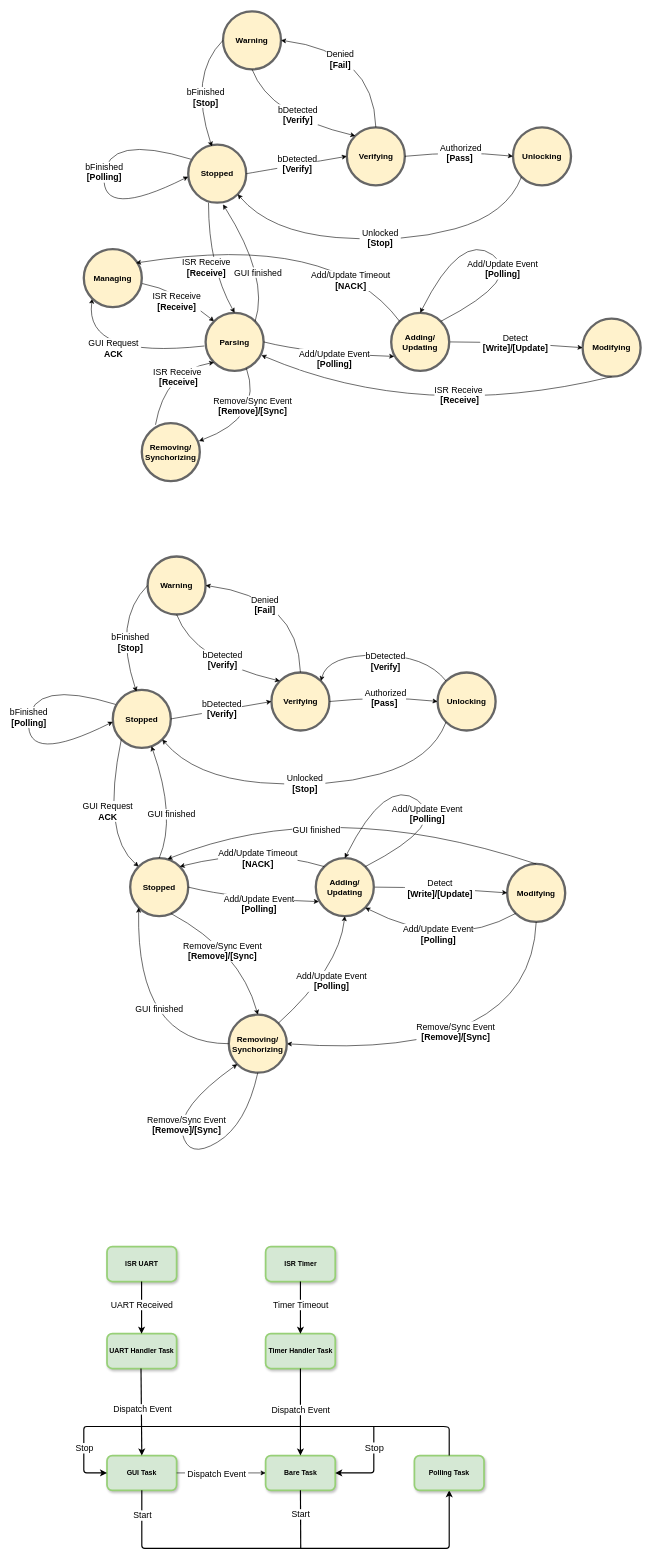
Above: Docs/entire FSM.drawio in trieu1162000/AESD (draw.io), before the change. Source tidied: cells renumbered, new cells numbered last; positions are measured from the earlier drawing's top-left corner, leaving out a move shared by most shapes. Both pictures are drawn from the tidied source at 58%, with x=0, y=0 at pixel (26, 11).
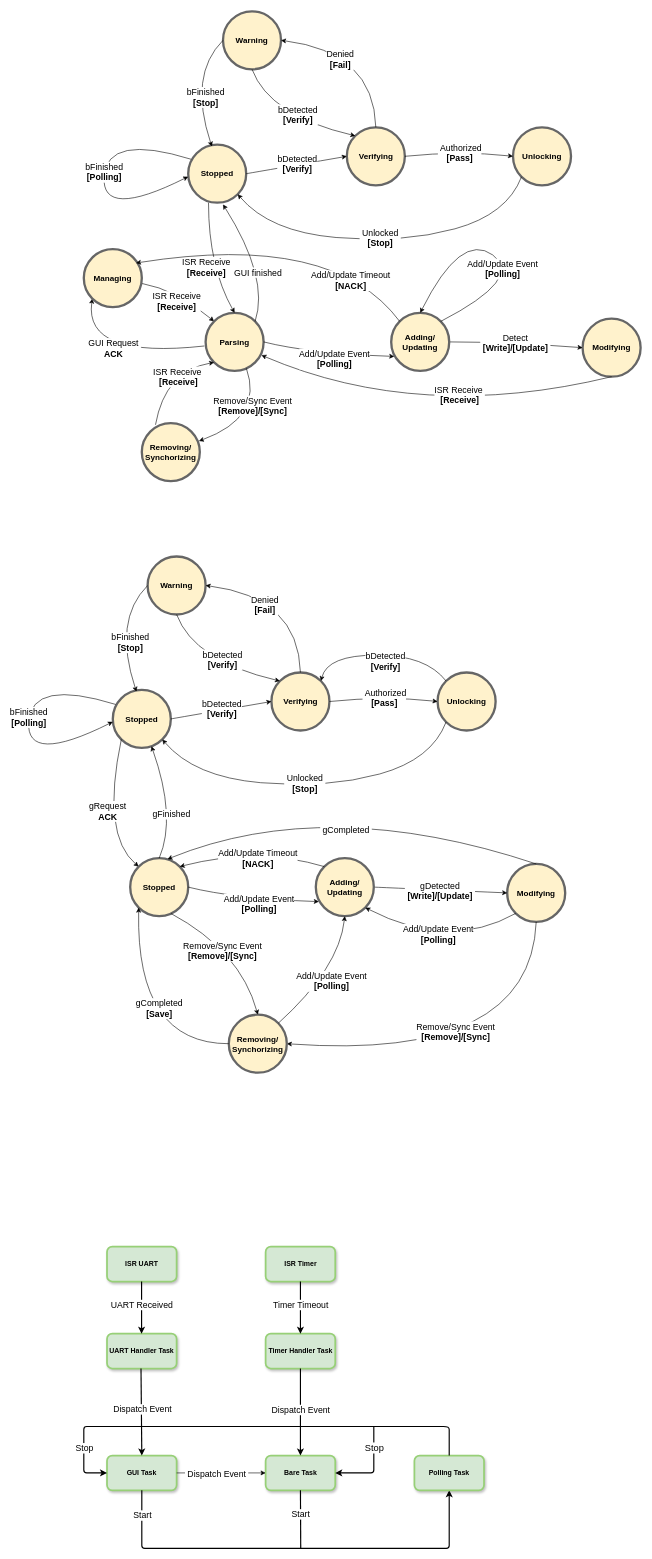
Above is the later version.

Unchanged cells that the change refers to:
```xml
<mxCell id="63" value="&lt;span style=&quot;font-size: 14px;&quot;&gt;&lt;b&gt;Modifying&lt;/b&gt;&lt;/span&gt;" style="ellipse;whiteSpace=wrap;html=1;strokeWidth=4;fillColor=#fff2cc;strokeColor=#666666;" parent="1" vertex="1">
  <mxGeometry x="830" y="1470" width="100" height="100" as="geometry" />
</mxCell>
<mxCell id="68" style="curved=1;endArrow=classic;html=1;rounded=0;entryX=0;entryY=0;entryDx=0;entryDy=0;exitX=0;exitY=1;exitDx=0;exitDy=0;" parent="1" edge="1" source="50" target="72">
  <mxGeometry relative="1" as="geometry">
    <Array as="points">
      <mxPoint x="130" y="1420" />
    </Array>
  </mxGeometry>
</mxCell>
<mxCell id="73" value="&lt;span style=&quot;font-size: 14px;&quot;&gt;&lt;b&gt;Removing/&lt;br&gt;Synchorizing&lt;br&gt;&lt;/b&gt;&lt;/span&gt;" style="ellipse;whiteSpace=wrap;html=1;strokeWidth=4;fillColor=#fff2cc;strokeColor=#666666;" parent="1" vertex="1">
  <mxGeometry x="350" y="1730" width="100" height="100" as="geometry" />
</mxCell>
<mxCell id="74" value="&lt;b style=&quot;border-color: var(--border-color); font-size: 14px;&quot;&gt;Adding/&lt;br&gt;Updating&lt;br&gt;&lt;/b&gt;" style="ellipse;whiteSpace=wrap;html=1;strokeWidth=4;fillColor=#fff2cc;strokeColor=#666666;" parent="1" vertex="1">
  <mxGeometry x="500" y="1460" width="100" height="100" as="geometry" />
</mxCell>
<mxCell id="77" style="curved=1;endArrow=classic;html=1;rounded=0;entryX=0;entryY=1;entryDx=0;entryDy=0;exitX=0;exitY=0.5;exitDx=0;exitDy=0;" parent="1" edge="1" source="73" target="72">
  <mxGeometry relative="1" as="geometry">
    <Array as="points">
      <mxPoint x="190" y="1780" />
    </Array>
  </mxGeometry>
</mxCell>
<mxCell id="81" style="curved=1;endArrow=classic;html=1;rounded=0;exitX=0.5;exitY=0;exitDx=0;exitDy=0;" parent="1" edge="1" source="72" target="50">
  <mxGeometry relative="1" as="geometry">
    <Array as="points">
      <mxPoint x="260" y="1390" />
    </Array>
  </mxGeometry>
</mxCell>
<mxCell id="93" style="curved=1;endArrow=classic;html=1;rounded=0;exitX=0.5;exitY=0;exitDx=0;exitDy=0;entryX=0.642;entryY=0.018;entryDx=0;entryDy=0;entryPerimeter=0;" parent="1" edge="1" source="63" target="72">
  <mxGeometry relative="1" as="geometry">
    <Array as="points">
      <mxPoint x="520" y="1350" />
    </Array>
  </mxGeometry>
</mxCell>
```

Diff of the diagram source:
```diff
@@
     <mxCell id="64" style="curved=1;endArrow=classic;html=1;rounded=0;exitX=1;exitY=0.5;exitDx=0;exitDy=0;entryX=0;entryY=0.5;entryDx=0;entryDy=0;" parent="1" edge="1" source="74" target="63">
-      <mxGeometry relative="1" as="geometry">
-        <Array as="points">
-          <mxPoint x="700" y="1510" />
-        </Array>
-      </mxGeometry>
+      <mxGeometry relative="1" as="geometry" />
     </mxCell>
-    <mxCell id="65" value="&lt;font style=&quot;font-size: 15px;&quot;&gt;Detect&lt;br&gt;&lt;b&gt;&amp;nbsp;[Write]/[Update]&amp;nbsp;&lt;/b&gt;&lt;br&gt;&lt;/font&gt;" style="edgeLabel;html=1;align=center;verticalAlign=middle;" parent="64" vertex="1">
+    <mxCell id="65" value="&lt;font style=&quot;font-size: 15px;&quot;&gt;gDetected&lt;br&gt;&lt;b&gt;&amp;nbsp;[Write]/[Update]&amp;nbsp;&lt;/b&gt;&lt;br&gt;&lt;/font&gt;" style="edgeLabel;html=1;align=center;verticalAlign=middle;" parent="64" vertex="1">
       <mxGeometry x="0.05" y="5" relative="1" as="geometry">
         <mxPoint x="-8" y="5" as="offset" />
       </mxGeometry>
     </mxCell>
@@
-    <mxCell id="69" value="&lt;font style=&quot;font-size: 15px;&quot;&gt;&amp;nbsp;GUI Request&amp;nbsp;&lt;br style=&quot;border-color: var(--border-color);&quot;&gt;&lt;b style=&quot;border-color: var(--border-color);&quot;&gt;&amp;nbsp;ACK&amp;nbsp;&lt;/b&gt;&lt;br&gt;&lt;/font&gt;" style="edgeLabel;html=1;align=center;verticalAlign=middle;" parent="68" vertex="1">
+    <mxCell id="69" value="&lt;font style=&quot;font-size: 15px;&quot;&gt;&amp;nbsp;gRequest&amp;nbsp;&lt;br style=&quot;border-color: var(--border-color);&quot;&gt;&lt;b style=&quot;border-color: var(--border-color);&quot;&gt;&amp;nbsp;ACK&amp;nbsp;&lt;/b&gt;&lt;br&gt;&lt;/font&gt;" style="edgeLabel;html=1;align=center;verticalAlign=middle;" parent="68" vertex="1">
       <mxGeometry x="0.05" y="5" relative="1" as="geometry">
         <mxPoint x="-2" y="-8" as="offset" />
       </mxGeometry>
     </mxCell>
@@
-    <mxCell id="78" value="&lt;span style=&quot;font-size: 15px;&quot;&gt;GUI finished&lt;br&gt;&lt;/span&gt;" style="edgeLabel;html=1;align=center;verticalAlign=middle;" parent="77" vertex="1">
+    <mxCell id="78" value="&lt;span style=&quot;font-size: 15px;&quot;&gt;gCompleted&lt;br&gt;&lt;b&gt;[Save]&lt;/b&gt;&lt;br&gt;&lt;/span&gt;" style="edgeLabel;html=1;align=center;verticalAlign=middle;" parent="77" vertex="1">
       <mxGeometry x="0.01" y="2" relative="1" as="geometry">
         <mxPoint x="41" y="-22" as="offset" />
       </mxGeometry>
     </mxCell>
@@
-    <mxCell id="82" value="&lt;font style=&quot;font-size: 15px;&quot;&gt;GUI finished&lt;br&gt;&lt;/font&gt;" style="edgeLabel;html=1;align=center;verticalAlign=middle;" parent="81" vertex="1">
+    <mxCell id="82" value="&lt;font style=&quot;font-size: 15px;&quot;&gt;gFinished&lt;br&gt;&lt;/font&gt;" style="edgeLabel;html=1;align=center;verticalAlign=middle;" parent="81" vertex="1">
       <mxGeometry x="0.05" y="5" relative="1" as="geometry">
         <mxPoint x="6" y="22" as="offset" />
       </mxGeometry>
     </mxCell>
-    <mxCell id="83" style="curved=1;endArrow=classic;html=1;rounded=0;entryX=0.5;entryY=0;entryDx=0;entryDy=0;exitX=1;exitY=0;exitDx=0;exitDy=0;" parent="1" edge="1" source="74" target="74">
-      <mxGeometry relative="1" as="geometry">
-        <Array as="points">
-          <mxPoint x="730" y="1400" />
-          <mxPoint x="620" y="1320" />
-        </Array>
-      </mxGeometry>
-    </mxCell>
-    <mxCell id="84" value="&lt;font style=&quot;font-size: 15px;&quot;&gt;Add/Update Event&lt;br&gt;&lt;b style=&quot;border-color: var(--border-color);&quot;&gt;[Polling]&lt;/b&gt;&lt;br&gt;&lt;/font&gt;" style="edgeLabel;html=1;align=center;verticalAlign=middle;" parent="83" vertex="1">
-      <mxGeometry x="0.05" y="5" relative="1" as="geometry">
-        <mxPoint x="26" y="24" as="offset" />
-      </mxGeometry>
-    </mxCell>
@@
-    <mxCell id="91" style="curved=1;endArrow=classic;html=1;rounded=0;exitX=0.5;exitY=1;exitDx=0;exitDy=0;entryX=0;entryY=1;entryDx=0;entryDy=0;" parent="1" edge="1" source="73" target="73">
-      <mxGeometry relative="1" as="geometry">
-        <Array as="points">
-          <mxPoint x="380" y="1920" />
-          <mxPoint x="280" y="1980" />
-          <mxPoint x="260" y="1890" />
-        </Array>
-      </mxGeometry>
-    </mxCell>
-    <mxCell id="92" value="&lt;font style=&quot;font-size: 15px;&quot;&gt;Remove/Sync Event&lt;br&gt;&lt;b&gt;&amp;nbsp;[Remove]/[Sync]&amp;nbsp;&lt;/b&gt;&lt;br&gt;&lt;/font&gt;" style="edgeLabel;html=1;align=center;verticalAlign=middle;" parent="91" vertex="1">
-      <mxGeometry x="0.05" y="5" relative="1" as="geometry">
-        <mxPoint x="5" y="-45" as="offset" />
-      </mxGeometry>
-    </mxCell>
@@
-    <mxCell id="94" value="&lt;font style=&quot;font-size: 15px;&quot;&gt;GUI finished&lt;br&gt;&lt;/font&gt;" style="edgeLabel;html=1;align=center;verticalAlign=middle;" parent="93" vertex="1">
+    <mxCell id="94" value="&lt;font style=&quot;font-size: 15px;&quot;&gt;&amp;nbsp;gCompleted&amp;nbsp;&lt;br&gt;&lt;/font&gt;" style="edgeLabel;html=1;align=center;verticalAlign=middle;" parent="93" vertex="1">
       <mxGeometry x="0.05" y="5" relative="1" as="geometry">
-        <mxPoint x="-41" y="48" as="offset" />
+        <mxPoint x="10" y="48" as="offset" />
       </mxGeometry>
     </mxCell>
```
